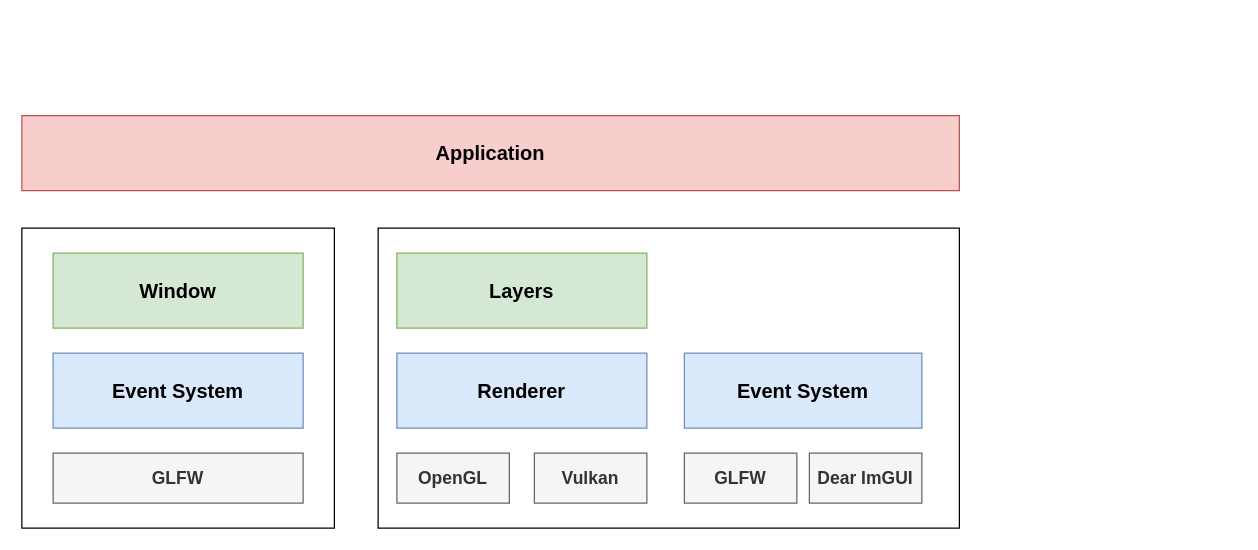
Above: page "第 1 页" (1 of 2) of images/cengine.drawio in Civitasv/cengine (draw.io), before the change. Source tidied: cells renumbered, new cells numbered last; positions are measured from the earlier drawing's top-left corner, leaving out a move shared by most shapes. Both pictures are drawn from the tidied source at 125%, with x=0, y=0 at pixel (21, 115).
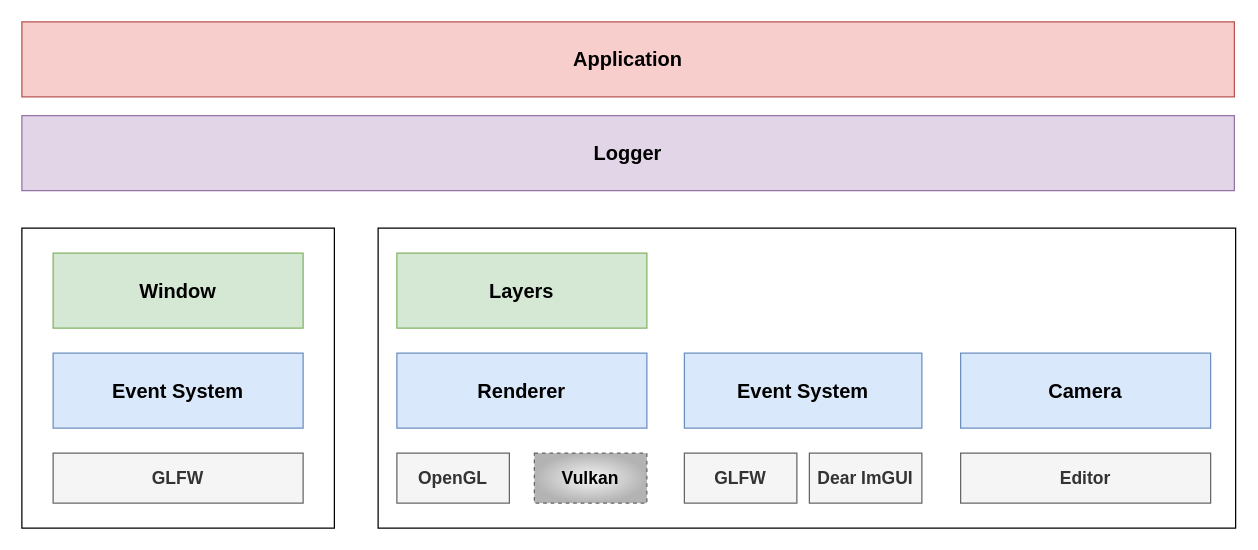
The same page after the edit.

The edit, as a diff of the source:
```diff
@@
 <mxGraphModel>
   <root>
     <mxCell id="0" />
     <mxCell id="1" parent="0" />
     <mxCell id="2" style="rounded=0;whiteSpace=wrap;html=1;" parent="1" vertex="1">
       <mxGeometry y="90" width="250" height="240" as="geometry" />
     </mxCell>
     <mxCell id="3" style="rounded=0;whiteSpace=wrap;html=1;" parent="1" vertex="1">
-      <mxGeometry x="285" y="90" width="465" height="240" as="geometry" />
+      <mxGeometry x="285" y="90" width="686" height="240" as="geometry" />
     </mxCell>
     <mxCell id="4" value="Renderer" style="rounded=0;whiteSpace=wrap;html=1;fillColor=#dae8fc;strokeColor=#6c8ebf;fontSize=16;fontStyle=1;" parent="1" vertex="1">
       <mxGeometry x="300" y="190" width="200" height="60" as="geometry" />
     </mxCell>
     <mxCell id="5" value="Event System" style="rounded=0;whiteSpace=wrap;html=1;fontSize=16;fontStyle=1;fillColor=#dae8fc;strokeColor=#6c8ebf;" parent="1" vertex="1">
       <mxGeometry x="25" y="190" width="200" height="60" as="geometry" />
     </mxCell>
     <mxCell id="6" value="OpenGL" style="rounded=0;whiteSpace=wrap;html=1;fillColor=#f5f5f5;fontColor=#333333;strokeColor=#666666;fontSize=14;fontStyle=1;" parent="1" vertex="1">
       <mxGeometry x="300" y="270" width="90" height="40" as="geometry" />
     </mxCell>
-    <mxCell id="7" value="Vulkan" style="rounded=0;whiteSpace=wrap;html=1;fillColor=#f5f5f5;fontColor=#333333;strokeColor=#666666;fontSize=14;fontStyle=1;" parent="1" vertex="1">
+    <mxCell id="7" value="Vulkan" style="rounded=0;whiteSpace=wrap;html=1;fillColor=#f5f5f5;fontSize=14;fontStyle=1;gradientColor=#b3b3b3;strokeColor=#666666;gradientDirection=radial;dashed=1;" parent="1" vertex="1">
       <mxGeometry x="410" y="270" width="90" height="40" as="geometry" />
     </mxCell>
     <mxCell id="8" value="GLFW" style="rounded=0;whiteSpace=wrap;html=1;fillColor=#f5f5f5;fontColor=#333333;strokeColor=#666666;fontSize=14;fontStyle=1;" parent="1" vertex="1">
       <mxGeometry x="25" y="270" width="200" height="40" as="geometry" />
     </mxCell>
     <mxCell id="9" value="Layers" style="rounded=0;whiteSpace=wrap;html=1;fillColor=#d5e8d4;strokeColor=#82b366;fontSize=16;fontStyle=1;" parent="1" vertex="1">
       <mxGeometry x="300" y="110" width="200" height="60" as="geometry" />
     </mxCell>
     <mxCell id="10" value="Application" style="rounded=0;whiteSpace=wrap;html=1;fillColor=#f8cecc;strokeColor=#b85450;fontSize=16;fontStyle=1;" parent="1" vertex="1">
-      <mxGeometry width="750" height="60" as="geometry" />
+      <mxGeometry y="-75" width="970" height="60" as="geometry" />
     </mxCell>
     <mxCell id="11" value="Window" style="rounded=0;whiteSpace=wrap;html=1;fillColor=#d5e8d4;strokeColor=#82b366;fontSize=16;fontStyle=1;" parent="1" vertex="1">
       <mxGeometry x="25" y="110" width="200" height="60" as="geometry" />
     </mxCell>
     <mxCell id="12" value="Event System" style="rounded=0;whiteSpace=wrap;html=1;fontSize=16;fontStyle=1;fillColor=#dae8fc;strokeColor=#6c8ebf;" parent="1" vertex="1">
       <mxGeometry x="530" y="190" width="190" height="60" as="geometry" />
     </mxCell>
     <mxCell id="13" value="GLFW" style="rounded=0;whiteSpace=wrap;html=1;fillColor=#f5f5f5;fontColor=#333333;strokeColor=#666666;fontSize=14;fontStyle=1;" parent="1" vertex="1">
       <mxGeometry x="530" y="270" width="90" height="40" as="geometry" />
     </mxCell>
     <mxCell id="14" value="Dear ImGUI" style="rounded=0;whiteSpace=wrap;html=1;fillColor=#f5f5f5;fontColor=#333333;strokeColor=#666666;fontSize=14;fontStyle=1;" parent="1" vertex="1">
       <mxGeometry x="630" y="270" width="90" height="40" as="geometry" />
     </mxCell>
+    <mxCell id="15" value="Camera" style="rounded=0;whiteSpace=wrap;html=1;fillColor=#dae8fc;strokeColor=#6c8ebf;fontSize=16;fontStyle=1;" parent="1" vertex="1">
+      <mxGeometry x="751" y="190" width="200" height="60" as="geometry" />
+    </mxCell>
+    <mxCell id="16" value="Editor" style="rounded=0;whiteSpace=wrap;html=1;fillColor=#f5f5f5;fontColor=#333333;strokeColor=#666666;fontSize=14;fontStyle=1;" parent="1" vertex="1">
+      <mxGeometry x="751" y="270" width="200" height="40" as="geometry" />
+    </mxCell>
+    <mxCell id="17" value="Logger" style="rounded=0;whiteSpace=wrap;html=1;fillColor=#e1d5e7;strokeColor=#9673a6;fontSize=16;fontStyle=1;" parent="1" vertex="1">
+      <mxGeometry width="970" height="60" as="geometry" />
+    </mxCell>
   </root>
 </mxGraphModel>
```
